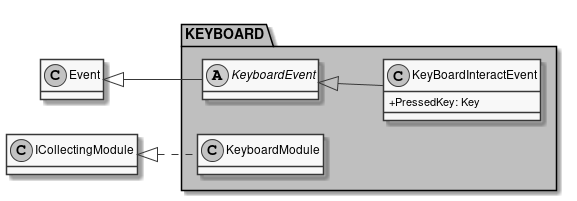
The PlantUML diagram documents/sd/resources/Packages/MODULES_KEYBOARD.png in insightmind/MORR, before a commit.
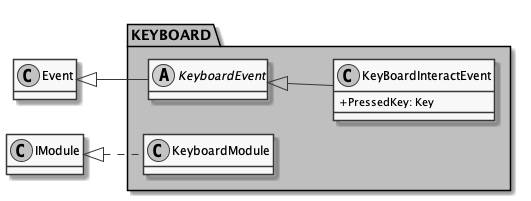
Above is the later version.

The edit, as a diff of the source:
```diff
@@ -18,6 +18,6 @@
         }
 
         Event <|-- KeyboardEvent
-        ICollectingModule <|.. KeyboardModule
+        IModule <|.. KeyboardModule
         KeyboardEvent <|-- KeyBoardInteractEvent
 @enduml
```
